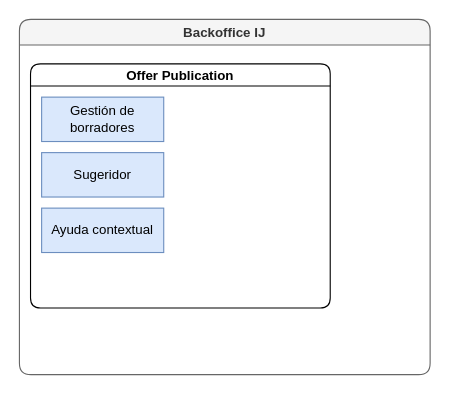
Before: NewBO Business Capabilities Diagram.drawio in ismaelcabanas/storeroom-monolith, a draw.io diagram. Source tidied: cells renumbered, new cells numbered last; positions are measured from the earlier drawing's top-left corner, leaving out a move shared by most shapes. Both pictures are drawn from the tidied source at 111%, with x=0, y=0 at pixel (19, 19).
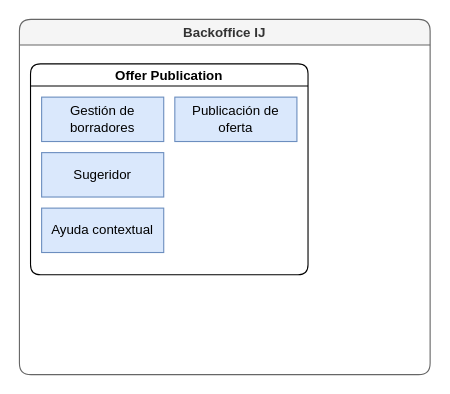
Above is the later version.

Diff of the diagram source:
```diff
@@
 <mxGraphModel>
   <root>
     <mxCell id="0" />
     <mxCell id="1" parent="0" />
     <mxCell id="2" value="Backoffice IJ" style="swimlane;fillColor=#f5f5f5;strokeColor=#666666;fontColor=#333333;rounded=1;" parent="1" vertex="1">
       <mxGeometry width="370" height="320" as="geometry" />
     </mxCell>
     <mxCell id="3" value="Offer Publication" style="swimlane;startSize=20;rounded=1;" parent="2" vertex="1">
-      <mxGeometry x="10" y="40" width="270" height="220" as="geometry" />
+      <mxGeometry x="10" y="40" width="250" height="190" as="geometry" />
     </mxCell>
     <mxCell id="4" value="Gestión de borradores" style="whiteSpace=wrap;html=1;align=center;newEdgeStyle={&quot;edgeStyle&quot;:&quot;elbowEdgeStyle&quot;,&quot;startArrow&quot;:&quot;none&quot;,&quot;endArrow&quot;:&quot;none&quot;};fillColor=#dae8fc;strokeColor=#6c8ebf;" parent="3" vertex="1" collapsed="1">
       <mxGeometry x="10" y="30" width="110" height="40" as="geometry" />
     </mxCell>
     <mxCell id="5" value="Sugeridor" style="whiteSpace=wrap;html=1;align=center;newEdgeStyle={&quot;edgeStyle&quot;:&quot;elbowEdgeStyle&quot;,&quot;startArrow&quot;:&quot;none&quot;,&quot;endArrow&quot;:&quot;none&quot;};fillColor=#dae8fc;strokeColor=#6c8ebf;" parent="3" vertex="1" collapsed="1">
       <mxGeometry x="10" y="80" width="110" height="40" as="geometry" />
     </mxCell>
     <mxCell id="6" value="Ayuda contextual" style="whiteSpace=wrap;html=1;align=center;newEdgeStyle={&quot;edgeStyle&quot;:&quot;elbowEdgeStyle&quot;,&quot;startArrow&quot;:&quot;none&quot;,&quot;endArrow&quot;:&quot;none&quot;};fillColor=#dae8fc;strokeColor=#6c8ebf;" parent="3" vertex="1" collapsed="1">
       <mxGeometry x="10" y="130" width="110" height="40" as="geometry" />
     </mxCell>
+    <mxCell id="7" value="Publicación de oferta" style="whiteSpace=wrap;html=1;align=center;newEdgeStyle={&quot;edgeStyle&quot;:&quot;elbowEdgeStyle&quot;,&quot;startArrow&quot;:&quot;none&quot;,&quot;endArrow&quot;:&quot;none&quot;};fillColor=#dae8fc;strokeColor=#6c8ebf;" parent="3" vertex="1" collapsed="1">
+      <mxGeometry x="130" y="30" width="110" height="40" as="geometry" />
+    </mxCell>
   </root>
 </mxGraphModel>
```
